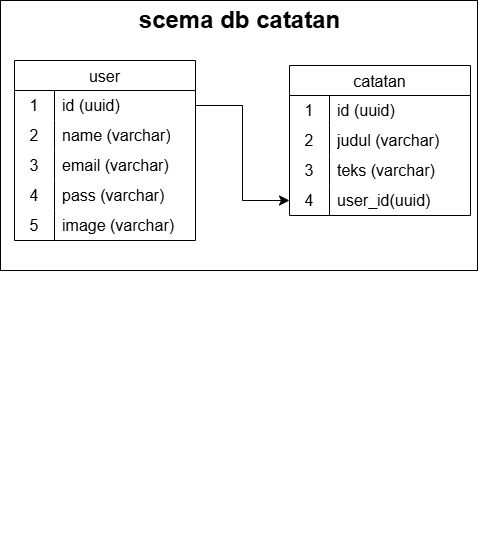
Thekings00/repo_table-database keeps this draw.io diagram as scema db web catatan.png. Above is the earlier version. Source tidied: cells renumbered, new cells last; positions are measured from the earlier drawing's top-left corner, leaving out a move shared by most shapes.
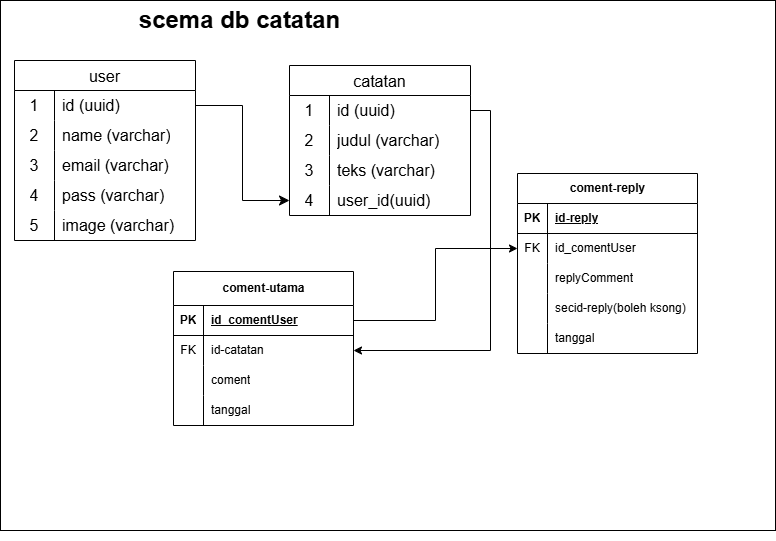
Later version of the same file.

Diff of the diagram source:
```diff
@@ -3,7 +3,7 @@
     <mxCell id="0" />
     <mxCell id="1" parent="0" />
     <mxCell id="2" style="rounded=0;whiteSpace=wrap;html=1;" parent="1" vertex="1">
-      <mxGeometry width="477" height="270" as="geometry" />
+      <mxGeometry width="775" height="530" as="geometry" />
     </mxCell>
     <mxCell id="3" value="user" style="shape=table;startSize=30;rowLines=0;fontStyle=0;strokeColor=default;fontSize=16;" parent="1" vertex="1">
       <mxGeometry x="14" y="60" width="181" height="180" as="geometry" />
@@ -104,5 +104,98 @@
     <mxCell id="34" value="scema db catatan" style="text;strokeColor=none;fillColor=none;html=1;fontSize=24;fontStyle=1;verticalAlign=middle;align=center;" parent="1" vertex="1">
       <mxGeometry x="188.5" width="100" height="40" as="geometry" />
     </mxCell>
+    <mxCell id="35" value="coment-utama" style="shape=table;startSize=34;rowLines=0;fontStyle=1;align=center;html=1;" parent="1" vertex="1">
+      <mxGeometry x="173" y="271" width="180" height="154" as="geometry" />
+    </mxCell>
+    <mxCell id="36" style="shape=tableRow;horizontal=0;startSize=0;swimlaneHead=0;swimlaneBody=0;fillColor=none;points=[[0,0.5],[1,0.5]];portConstraint=eastwest;top=0;left=0;right=0;bottom=1;" parent="35" vertex="1">
+      <mxGeometry y="34" width="180" height="30" as="geometry" />
+    </mxCell>
+    <mxCell id="37" value="PK" style="shape=partialRectangle;fillColor=none;top=0;left=0;bottom=0;right=0;fontStyle=1;overflow=hidden;whiteSpace=wrap;html=1;" parent="36" vertex="1">
+      <mxGeometry width="30" height="30" as="geometry" />
+    </mxCell>
+    <mxCell id="38" value="id_comentUser" style="shape=partialRectangle;fillColor=none;top=0;left=0;bottom=0;right=0;align=left;spacingLeft=6;fontStyle=5;overflow=hidden;whiteSpace=wrap;html=1;" parent="36" vertex="1">
+      <mxGeometry x="30" width="150" height="30" as="geometry" />
+    </mxCell>
+    <mxCell id="39" style="shape=tableRow;horizontal=0;startSize=0;swimlaneHead=0;swimlaneBody=0;fillColor=none;points=[[0,0.5],[1,0.5]];portConstraint=eastwest;top=0;left=0;right=0;bottom=0;" parent="35" vertex="1">
+      <mxGeometry y="64" width="180" height="30" as="geometry" />
+    </mxCell>
+    <mxCell id="40" value="FK" style="shape=partialRectangle;fillColor=none;top=0;left=0;bottom=0;right=0;overflow=hidden;whiteSpace=wrap;html=1;" parent="39" vertex="1">
+      <mxGeometry width="30" height="30" as="geometry" />
+    </mxCell>
+    <mxCell id="41" value="id-catatan" style="shape=partialRectangle;fillColor=none;top=0;left=0;bottom=0;right=0;align=left;spacingLeft=6;overflow=hidden;whiteSpace=wrap;html=1;" parent="39" vertex="1">
+      <mxGeometry x="30" width="150" height="30" as="geometry" />
+    </mxCell>
+    <mxCell id="42" style="shape=tableRow;horizontal=0;startSize=0;swimlaneHead=0;swimlaneBody=0;fillColor=none;top=0;left=0;right=0;bottom=0;" parent="35" vertex="1">
+      <mxGeometry y="94" width="180" height="30" as="geometry" />
+    </mxCell>
+    <mxCell id="43" style="shape=partialRectangle;fillColor=none;top=0;left=0;bottom=0;right=0;overflow=hidden;whiteSpace=wrap;html=1;" parent="42" vertex="1">
+      <mxGeometry width="30" height="30" as="geometry" />
+    </mxCell>
+    <mxCell id="44" value="coment" style="shape=partialRectangle;fillColor=none;top=0;left=0;bottom=0;right=0;align=left;spacingLeft=6;overflow=hidden;whiteSpace=wrap;html=1;" parent="42" vertex="1">
+      <mxGeometry x="30" width="150" height="30" as="geometry" />
+    </mxCell>
+    <mxCell id="45" style="shape=tableRow;horizontal=0;startSize=0;swimlaneHead=0;swimlaneBody=0;fillColor=none;top=0;left=0;right=0;bottom=0;" parent="35" vertex="1">
+      <mxGeometry y="124" width="180" height="30" as="geometry" />
+    </mxCell>
+    <mxCell id="46" style="shape=partialRectangle;fillColor=none;top=0;left=0;bottom=0;right=0;overflow=hidden;whiteSpace=wrap;html=1;" parent="45" vertex="1">
+      <mxGeometry width="30" height="30" as="geometry" />
+    </mxCell>
+    <mxCell id="47" value="tanggal" style="shape=partialRectangle;fillColor=none;top=0;left=0;bottom=0;right=0;align=left;spacingLeft=6;overflow=hidden;whiteSpace=wrap;html=1;" parent="45" vertex="1">
+      <mxGeometry x="30" width="150" height="30" as="geometry" />
+    </mxCell>
+    <mxCell id="48" style="edgeStyle=orthogonalEdgeStyle;rounded=0;jettySize=auto;html=1;exitX=1;exitY=0.5;exitDx=0;exitDy=0;" parent="1" edge="1" source="20" target="39">
+      <mxGeometry relative="1" as="geometry" />
+    </mxCell>
+    <mxCell id="49" value="coment-reply" style="shape=table;startSize=30;rowLines=0;fontStyle=1;align=center;html=1;" parent="1" vertex="1">
+      <mxGeometry x="517" y="173" width="180" height="180" as="geometry" />
+    </mxCell>
+    <mxCell id="50" style="shape=tableRow;horizontal=0;startSize=0;swimlaneHead=0;swimlaneBody=0;fillColor=none;top=0;left=0;right=0;bottom=1;" parent="49" vertex="1">
+      <mxGeometry y="30" width="180" height="30" as="geometry" />
+    </mxCell>
+    <mxCell id="51" value="PK" style="shape=partialRectangle;fillColor=none;top=0;left=0;bottom=0;right=0;fontStyle=1;overflow=hidden;whiteSpace=wrap;html=1;" parent="50" vertex="1">
+      <mxGeometry width="30" height="30" as="geometry" />
+    </mxCell>
+    <mxCell id="52" value="id-reply" style="shape=partialRectangle;fillColor=none;top=0;left=0;bottom=0;right=0;align=left;spacingLeft=6;fontStyle=5;overflow=hidden;whiteSpace=wrap;html=1;" parent="50" vertex="1">
+      <mxGeometry x="30" width="150" height="30" as="geometry" />
+    </mxCell>
+    <mxCell id="53" style="shape=tableRow;horizontal=0;startSize=0;swimlaneHead=0;swimlaneBody=0;fillColor=none;points=[[0,0.5],[1,0.5]];portConstraint=eastwest;top=0;left=0;right=0;bottom=0;" parent="49" vertex="1">
+      <mxGeometry y="60" width="180" height="30" as="geometry" />
+    </mxCell>
+    <mxCell id="54" value="FK" style="shape=partialRectangle;fillColor=none;top=0;left=0;bottom=0;right=0;overflow=hidden;whiteSpace=wrap;html=1;" parent="53" vertex="1">
+      <mxGeometry width="30" height="30" as="geometry" />
+    </mxCell>
+    <mxCell id="55" value="id_comentUser" style="shape=partialRectangle;fillColor=none;top=0;left=0;bottom=0;right=0;align=left;spacingLeft=6;overflow=hidden;whiteSpace=wrap;html=1;" parent="53" vertex="1">
+      <mxGeometry x="30" width="150" height="30" as="geometry" />
+    </mxCell>
+    <mxCell id="56" style="shape=tableRow;horizontal=0;startSize=0;swimlaneHead=0;swimlaneBody=0;fillColor=none;top=0;left=0;right=0;bottom=0;" parent="49" vertex="1">
+      <mxGeometry y="90" width="180" height="30" as="geometry" />
+    </mxCell>
+    <mxCell id="57" style="shape=partialRectangle;fillColor=none;top=0;left=0;bottom=0;right=0;overflow=hidden;whiteSpace=wrap;html=1;" parent="56" vertex="1">
+      <mxGeometry width="30" height="30" as="geometry" />
+    </mxCell>
+    <mxCell id="58" value="replyComment" style="shape=partialRectangle;fillColor=none;top=0;left=0;bottom=0;right=0;align=left;spacingLeft=6;overflow=hidden;whiteSpace=wrap;html=1;" parent="56" vertex="1">
+      <mxGeometry x="30" width="150" height="30" as="geometry" />
+    </mxCell>
+    <mxCell id="59" style="shape=tableRow;horizontal=0;startSize=0;swimlaneHead=0;swimlaneBody=0;fillColor=none;top=0;left=0;right=0;bottom=0;" parent="49" vertex="1">
+      <mxGeometry y="120" width="180" height="30" as="geometry" />
+    </mxCell>
+    <mxCell id="60" style="shape=partialRectangle;fillColor=none;top=0;left=0;bottom=0;right=0;overflow=hidden;whiteSpace=wrap;html=1;" parent="59" vertex="1">
+      <mxGeometry width="30" height="30" as="geometry" />
+    </mxCell>
+    <mxCell id="61" value="secid-reply(boleh ksong)" style="shape=partialRectangle;fillColor=none;top=0;left=0;bottom=0;right=0;align=left;spacingLeft=6;overflow=hidden;whiteSpace=wrap;html=1;" parent="59" vertex="1">
+      <mxGeometry x="30" width="150" height="30" as="geometry" />
+    </mxCell>
+    <mxCell id="62" style="shape=tableRow;horizontal=0;startSize=0;swimlaneHead=0;swimlaneBody=0;fillColor=none;top=0;left=0;right=0;bottom=0;" parent="49" vertex="1">
+      <mxGeometry y="150" width="180" height="30" as="geometry" />
+    </mxCell>
+    <mxCell id="63" style="shape=partialRectangle;fillColor=none;top=0;left=0;bottom=0;right=0;overflow=hidden;whiteSpace=wrap;html=1;" parent="62" vertex="1">
+      <mxGeometry width="30" height="30" as="geometry" />
+    </mxCell>
+    <mxCell id="64" value="tanggal" style="shape=partialRectangle;fillColor=none;top=0;left=0;bottom=0;right=0;align=left;spacingLeft=6;overflow=hidden;whiteSpace=wrap;html=1;" parent="62" vertex="1">
+      <mxGeometry x="30" width="150" height="30" as="geometry" />
+    </mxCell>
+    <mxCell id="65" style="edgeStyle=orthogonalEdgeStyle;rounded=0;jettySize=auto;html=1;exitX=1;exitY=0.5;exitDx=0;exitDy=0;entryX=0;entryY=0.5;entryDx=0;entryDy=0;" parent="1" edge="1" source="36" target="53">
+      <mxGeometry relative="1" as="geometry" />
+    </mxCell>
   </root>
 </mxGraphModel>
```
